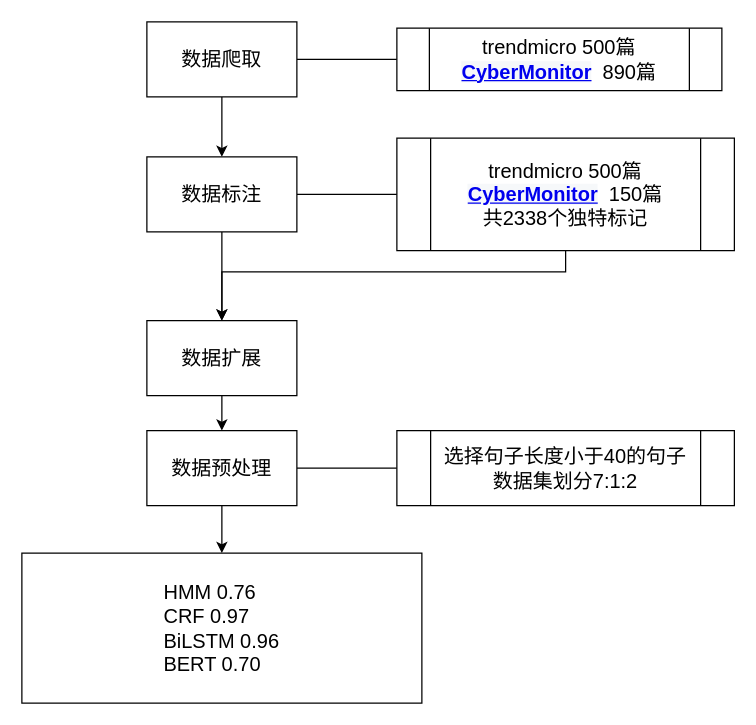
marineHero1/picture keeps this draw.io diagram as Untitled Diagram.drawio. Above is the earlier version. Source tidied: cells renumbered, new cells numbered last; positions are measured from the earlier drawing's top-left corner, leaving out a move shared by most shapes. Both pictures are drawn from the tidied source at 125%, with x=0, y=0 at pixel (21, 21).
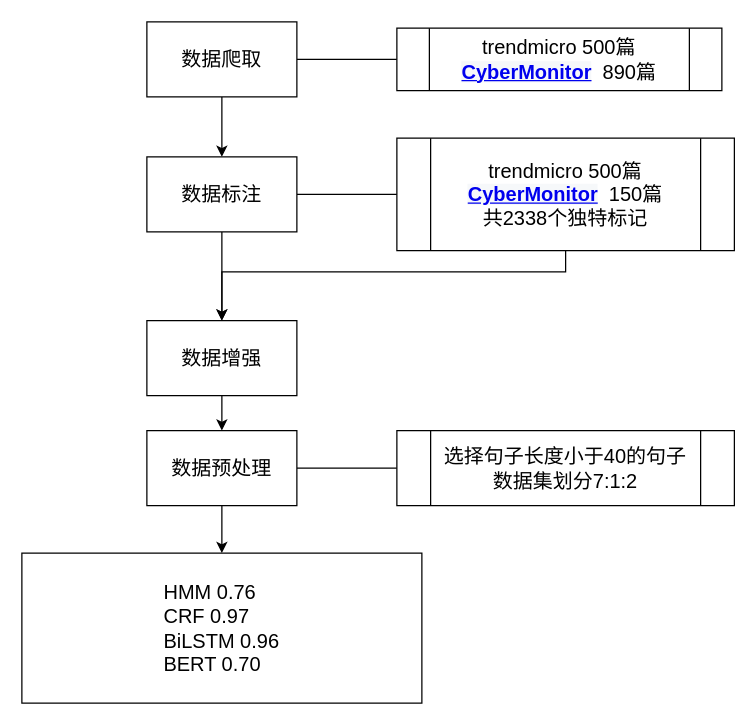
The same page after the edit.

Commit message:
实体抽取实验1

The edit, as a diff of the source:
```diff
@@
 <mxGraphModel>
   <root>
     <mxCell id="0" />
     <mxCell id="1" parent="0" />
     <mxCell id="2" style="edgeStyle=orthogonalEdgeStyle;rounded=0;jettySize=auto;html=1;fontSize=16;horizontal=0;endArrow=none;endFill=0;" parent="1" edge="1" source="4" target="5">
       <mxGeometry relative="1" as="geometry" />
     </mxCell>
     <mxCell id="3" style="edgeStyle=orthogonalEdgeStyle;rounded=0;jettySize=auto;html=1;fontSize=16;" parent="1" edge="1" source="4" target="8">
       <mxGeometry relative="1" as="geometry" />
     </mxCell>
     <mxCell id="4" value="数据爬取" style="rounded=0;whiteSpace=wrap;html=1;fontSize=16;" parent="1" vertex="1">
       <mxGeometry x="100" width="120" height="60" as="geometry" />
     </mxCell>
     <mxCell id="5" value="trendmicro 500篇&lt;br style=&quot;font-size: 16px;&quot;&gt;&lt;a class=&quot;commit-author user-mention&quot; title=&quot;View all commits by CyberMonitor&quot; href=&quot;https://github.com/CyberMonitor/APT_CyberCriminal_Campagin_Collections/commits?author=CyberMonitor&quot; style=&quot;box-sizing: border-box; background-color: rgb(246, 248, 250); transition: all 80ms cubic-bezier(0.33, 1, 0.68, 1) 0s, all 0s ease 0s, all 0s ease 0s, all 0s ease 0s; font-weight: 600; font-size: 16px;&quot;&gt;CyberMonitor&lt;/a&gt;&amp;nbsp; 890篇" style="shape=process;whiteSpace=wrap;html=1;backgroundOutline=1;rounded=0;fontSize=16;" parent="1" vertex="1">
       <mxGeometry x="300" y="5" width="260" height="50" as="geometry" />
     </mxCell>
     <mxCell id="6" style="edgeStyle=orthogonalEdgeStyle;rounded=0;jettySize=auto;html=1;fontSize=16;endArrow=none;endFill=0;" parent="1" edge="1" source="8" target="10">
       <mxGeometry relative="1" as="geometry" />
     </mxCell>
     <mxCell id="7" style="edgeStyle=orthogonalEdgeStyle;rounded=0;jettySize=auto;html=1;fontSize=16;" parent="1" edge="1" source="8" target="12">
       <mxGeometry relative="1" as="geometry" />
     </mxCell>
     <mxCell id="8" value="数据标注" style="whiteSpace=wrap;html=1;rounded=0;fontSize=16;" parent="1" vertex="1">
       <mxGeometry x="100" y="108" width="120" height="60" as="geometry" />
     </mxCell>
     <mxCell id="9" style="edgeStyle=orthogonalEdgeStyle;rounded=0;jettySize=auto;html=1;entryX=0.5;entryY=0;entryDx=0;entryDy=0;fontSize=16;" parent="1" edge="1" source="10" target="12">
       <mxGeometry relative="1" as="geometry">
         <Array as="points">
           <mxPoint x="435" y="200" />
           <mxPoint x="160" y="200" />
         </Array>
       </mxGeometry>
     </mxCell>
     <mxCell id="10" value="&lt;span style=&quot;font-size: 16px&quot;&gt;trendmicro 500篇&lt;br style=&quot;font-size: 16px&quot;&gt;&lt;/span&gt;&lt;a class=&quot;commit-author user-mention&quot; title=&quot;View all commits by CyberMonitor&quot; href=&quot;https://github.com/CyberMonitor/APT_CyberCriminal_Campagin_Collections/commits?author=CyberMonitor&quot; style=&quot;box-sizing: border-box ; background-color: rgb(246 , 248 , 250) ; transition: all 80ms cubic-bezier(0.33 , 1 , 0.68 , 1) 0s , all 0s ease 0s , all 0s ease 0s , all 0s ease 0s ; font-weight: 600 ; font-size: 16px&quot;&gt;CyberMonitor&lt;/a&gt;&amp;nbsp; 150篇&lt;br style=&quot;font-size: 16px&quot;&gt;&lt;span style=&quot;font-size: 16px&quot;&gt;共2338个独特标记&lt;br style=&quot;font-size: 16px&quot;&gt;&lt;/span&gt;" style="shape=process;whiteSpace=wrap;html=1;backgroundOutline=1;rounded=0;fontSize=16;" parent="1" vertex="1">
       <mxGeometry x="300" y="93" width="270" height="90" as="geometry" />
     </mxCell>
     <mxCell id="11" style="edgeStyle=orthogonalEdgeStyle;rounded=0;jettySize=auto;html=1;fontSize=16;" parent="1" edge="1" source="12" target="16">
       <mxGeometry relative="1" as="geometry" />
     </mxCell>
-    <mxCell id="12" value="数据扩展" style="whiteSpace=wrap;html=1;rounded=0;fontSize=16;" parent="1" vertex="1">
+    <mxCell id="12" value="数据增强" style="whiteSpace=wrap;html=1;rounded=0;fontSize=16;" parent="1" vertex="1">
       <mxGeometry x="100" y="239" width="120" height="60" as="geometry" />
     </mxCell>
     <mxCell id="13" value="&lt;div style=&quot;text-align: justify&quot;&gt;&lt;span&gt;HMM 0.76&lt;/span&gt;&lt;/div&gt;&lt;div style=&quot;text-align: justify&quot;&gt;&lt;span&gt;CRF 0.97&lt;/span&gt;&lt;/div&gt;&lt;div style=&quot;text-align: justify&quot;&gt;&lt;span&gt;BiLSTM 0.96&lt;/span&gt;&lt;/div&gt;&lt;div style=&quot;text-align: justify&quot;&gt;&lt;span&gt;BERT 0.70&lt;/span&gt;&lt;/div&gt;" style="whiteSpace=wrap;html=1;fontSize=16;rounded=0;align=center;" parent="1" vertex="1">
       <mxGeometry y="425" width="320" height="120" as="geometry" />
     </mxCell>
     <mxCell id="14" style="edgeStyle=orthogonalEdgeStyle;rounded=0;jettySize=auto;html=1;fontSize=16;" parent="1" edge="1" source="16" target="13">
       <mxGeometry relative="1" as="geometry" />
     </mxCell>
     <mxCell id="15" style="edgeStyle=orthogonalEdgeStyle;rounded=0;jettySize=auto;html=1;fontSize=16;endArrow=none;endFill=0;" parent="1" edge="1" source="16" target="17">
       <mxGeometry relative="1" as="geometry" />
     </mxCell>
     <mxCell id="16" value="数据预处理" style="whiteSpace=wrap;html=1;fontSize=16;rounded=0;" parent="1" vertex="1">
       <mxGeometry x="100" y="327" width="120" height="60" as="geometry" />
     </mxCell>
     <mxCell id="17" value="选择句子长度小于40的句子&lt;br&gt;数据集划分7:1:2" style="shape=process;whiteSpace=wrap;html=1;backgroundOutline=1;fontSize=16;rounded=0;" parent="1" vertex="1">
       <mxGeometry x="300" y="327" width="270" height="60" as="geometry" />
     </mxCell>
   </root>
 </mxGraphModel>
```
